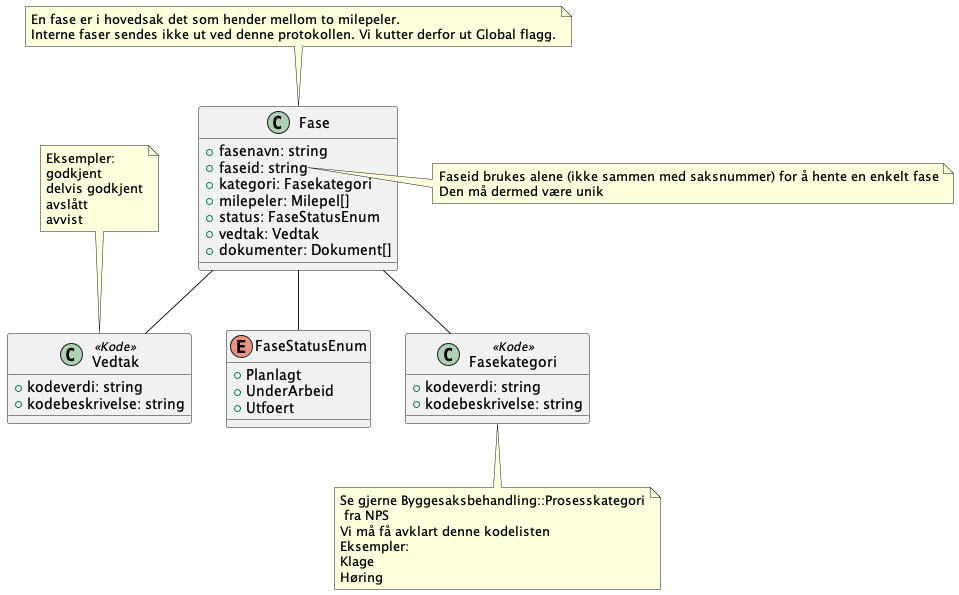
Earlier version of the PlantUML export Dokumentasjon/V1/ClassDiagrams/no.ks.fiks.saksfaser.v1.felles.fase/classdiagram.png (ks-no/fiks-saksfaser-specification).
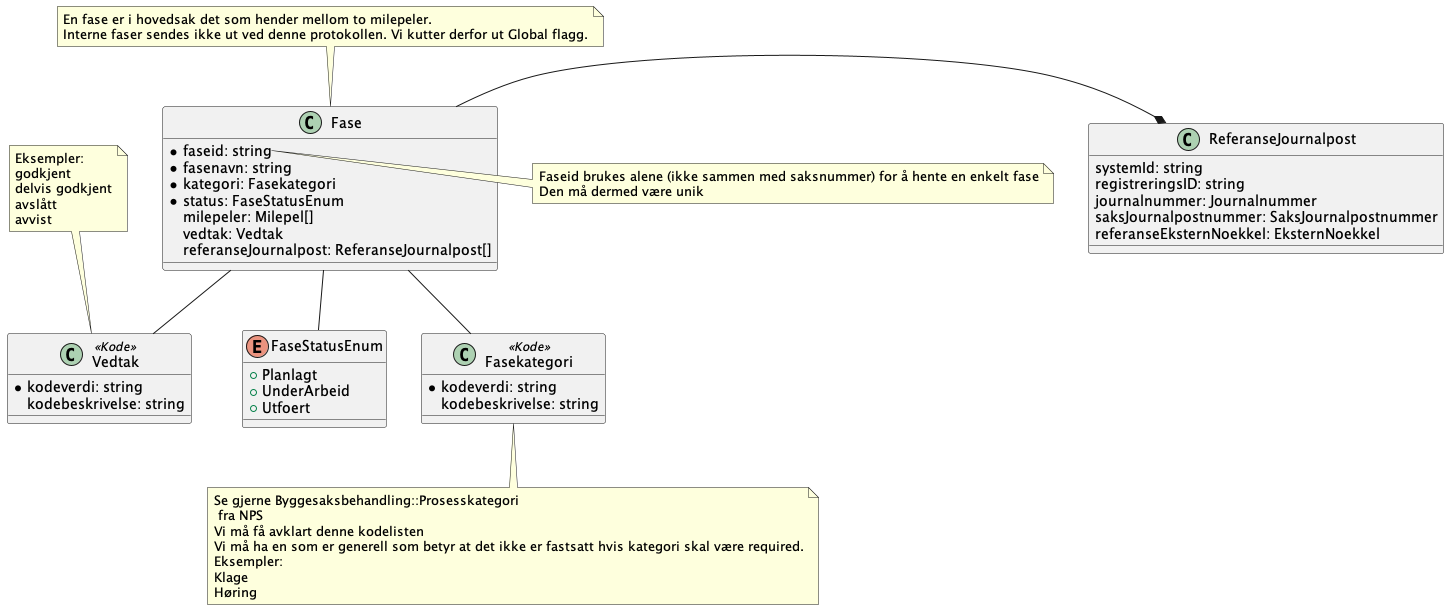
After the change.

What changed in the source:
```diff
@@ -1,14 +1,19 @@
 @startuml
+!include ./../no.ks.fiks.saksfaser.v1.felles.referansejournalpost/classdiagram.pu
+
+
 
 class Fase {
-    +fasenavn: string
-    +faseid: string
-    +kategori: Fasekategori
-    +milepeler: Milepel[]
-    +status: FaseStatusEnum
-    +vedtak: Vedtak
-    +dokumenter: Dokument[]
+    *faseid: string
+    *fasenavn: string
+    *kategori: Fasekategori
+    *status: FaseStatusEnum
+    milepeler: Milepel[]
+    vedtak: Vedtak
+    referanseJournalpost: ReferanseJournalpost[]
 }
+
+Fase -* ReferanseJournalpost
 
 note top of Fase : En fase er i hovedsak det som hender mellom to milepeler.\nInterne faser sendes ikke ut ved denne protokollen. Vi kutter derfor ut Global flagg.
 
@@ -30,16 +35,16 @@
 note top of Vedtak : Eksempler:\ngodkjent\ndelvis godkjent\navslått\navvist
 
 class Vedtak <<Kode>> {
-    +kodeverdi: string
-    +kodebeskrivelse: string
+    *kodeverdi: string
+    kodebeskrivelse: string
 }
 
 class Fasekategori <<Kode>> {
-    +kodeverdi: string
-    +kodebeskrivelse: string
+    *kodeverdi: string
+    kodebeskrivelse: string
 }
 
-note bottom of Fasekategori : Se gjerne Byggesaksbehandling::Prosesskategori\n fra NPS\nVi må få avklart denne kodelisten\nEksempler:\nKlage\nHøring
+note bottom of Fasekategori : Se gjerne Byggesaksbehandling::Prosesskategori\n fra NPS\nVi må få avklart denne kodelisten\nVi må ha en som er generell som betyr at det ikke er fastsatt hvis kategori skal være required.\nEksempler:\nKlage\nHøring
 
 
 @enduml
```
